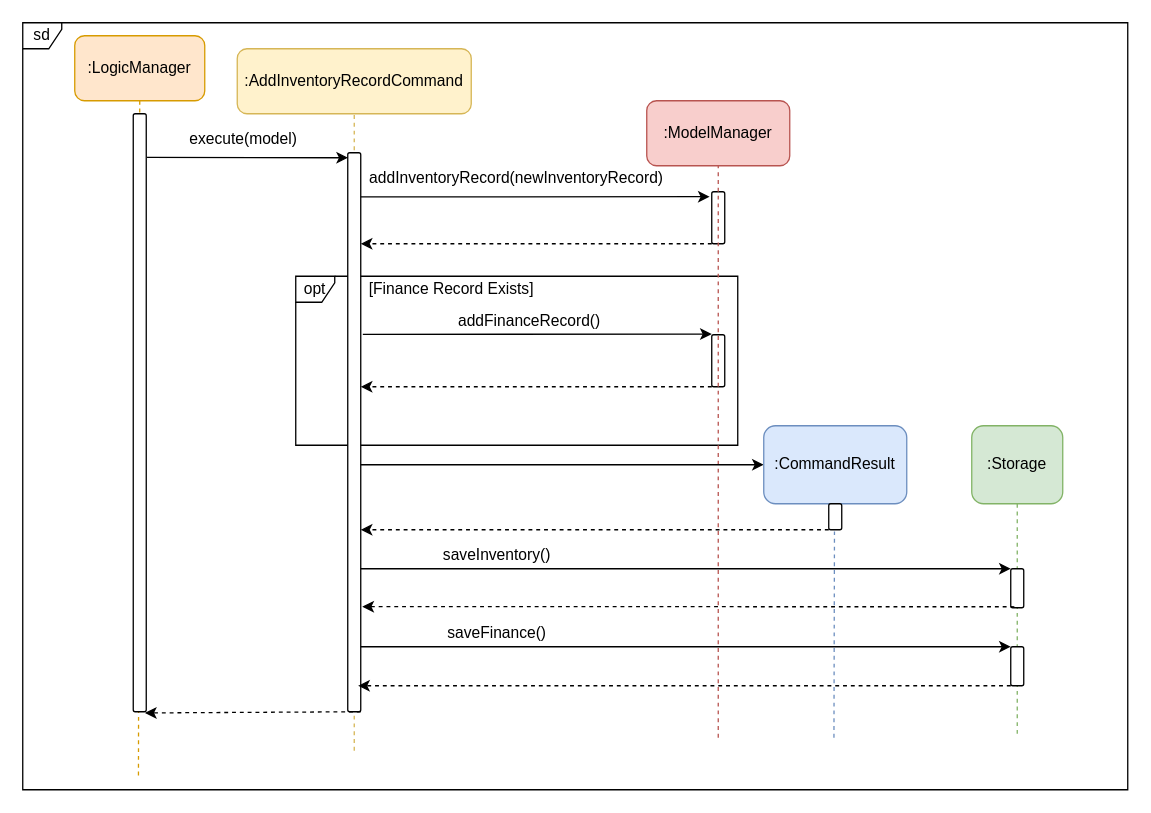
Before: docs/diagrams/logic/AddInventoryCommandExecuteSequenceDiagram.drawio in nus-cs2103-AY2021S1/tp, a draw.io diagram. Source tidied: cells renumbered, new cells numbered last; positions are measured from the earlier drawing's top-left corner, leaving out a move shared by most shapes. Both pictures are drawn from the tidied source at 130%, with x=0, y=0 at pixel (22, 22).
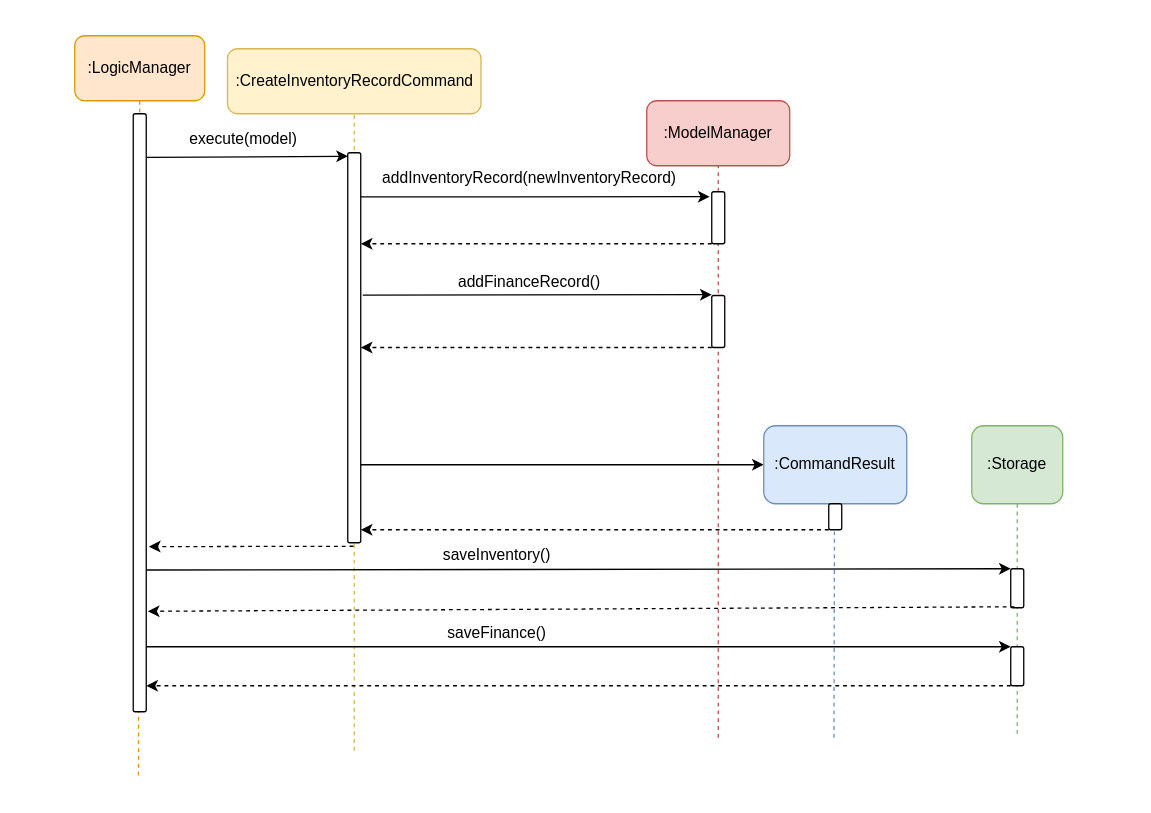
The same page after the edit.

The change refers to these unchanged cells:
```xml
<mxCell id="9" style="html=1;points=[];perimeter=orthogonalPerimeter;rounded=1;" parent="1" vertex="1">
  <mxGeometry x="85" y="70" width="10" height="460" as="geometry" />
</mxCell>
<mxCell id="12" value=":ModelManager" style="rounded=1;whiteSpace=wrap;html=1;fillColor=#f8cecc;strokeColor=#b85450;" parent="1" vertex="1">
  <mxGeometry x="480" y="60" width="110" height="50" as="geometry" />
</mxCell>
<mxCell id="30" style="html=1;points=[];perimeter=orthogonalPerimeter;rounded=1;" parent="1" vertex="1">
  <mxGeometry x="760" y="420" width="10" height="30" as="geometry" />
</mxCell>
```

The edit, as a diff of the source:
```diff
@@
-    <mxCell id="2" value="opt" style="shape=umlFrame;whiteSpace=wrap;html=1;rounded=1;width=30;height=20;" parent="1" vertex="1">
-      <mxGeometry x="210" y="195" width="340" height="130" as="geometry" />
-    </mxCell>
+    <mxCell id="19" style="endArrow=none;dashed=1;html=1;entryX=0.5;entryY=1;entryDx=0;entryDy=0;fillColor=#f8cecc;strokeColor=#b85450;" parent="1" edge="1" target="12">
+      <mxGeometry relative="1" as="geometry">
+        <mxPoint x="535" y="550" as="sourcePoint" />
+      </mxGeometry>
+    </mxCell>
@@
-    <mxCell id="5" value="sd" style="shape=umlFrame;whiteSpace=wrap;html=1;rounded=1;width=30;height=20;" parent="1" vertex="1">
-      <mxGeometry width="850" height="590" as="geometry" />
-    </mxCell>
-    <mxCell id="6" value=":AddInventoryRecordCommand" style="rounded=1;whiteSpace=wrap;html=1;fillColor=#fff2cc;strokeColor=#d6b656;" parent="1" vertex="1">
-      <mxGeometry x="165" y="20" width="180" height="50" as="geometry" />
+    <mxCell id="6" value=":CreateInventoryRecordCommand" style="rounded=1;whiteSpace=wrap;html=1;fillColor=#fff2cc;strokeColor=#d6b656;" parent="1" vertex="1">
+      <mxGeometry x="157.5" y="20" width="195" height="50" as="geometry" />
     </mxCell>
     <mxCell id="7" style="html=1;points=[];perimeter=orthogonalPerimeter;rounded=1;" parent="1" vertex="1">
-      <mxGeometry x="250" y="100" width="10" height="430" as="geometry" />
+      <mxGeometry x="250" y="100" width="10" height="300" as="geometry" />
     </mxCell>
@@
     <mxCell id="15" value="addInventoryRecord(newInventoryRecord)" style="text;html=1;strokeColor=none;fillColor=none;align=center;verticalAlign=middle;whiteSpace=wrap;rounded=0;" parent="1" vertex="1">
-      <mxGeometry x="360" y="110" width="40" height="20" as="geometry" />
+      <mxGeometry x="370" y="110" width="40" height="20" as="geometry" />
     </mxCell>
@@
     <mxCell id="17" style="endArrow=classic;html=1;entryX=-0.16;entryY=0.095;entryDx=0;entryDy=0;entryPerimeter=0;" parent="1" edge="1">
       <mxGeometry relative="1" as="geometry">
-        <mxPoint x="261.6" y="239.7" as="sourcePoint" />
-        <mxPoint x="530" y="239.5" as="targetPoint" />
+        <mxPoint x="261.6" y="209.5" as="sourcePoint" />
+        <mxPoint x="530" y="209.2" as="targetPoint" />
       </mxGeometry>
     </mxCell>
     <mxCell id="18" style="html=1;perimeter=orthogonalPerimeter;rounded=1;" parent="1" vertex="1">
-      <mxGeometry x="530" y="240" width="10" height="40" as="geometry" />
+      <mxGeometry x="530" y="209.8" width="10" height="40" as="geometry" />
     </mxCell>
-    <mxCell id="19" style="endArrow=none;dashed=1;html=1;entryX=0.5;entryY=1;entryDx=0;entryDy=0;fillColor=#f8cecc;strokeColor=#b85450;" parent="1" edge="1" target="12">
-      <mxGeometry relative="1" as="geometry">
-        <mxPoint x="535" y="550" as="sourcePoint" />
-      </mxGeometry>
-    </mxCell>
     <mxCell id="20" style="endArrow=classic;html=1;dashed=1;" parent="1" edge="1">
       <mxGeometry relative="1" as="geometry">
-        <mxPoint x="530" y="280" as="sourcePoint" />
-        <mxPoint x="260" y="280" as="targetPoint" />
+        <mxPoint x="530" y="249.8" as="sourcePoint" />
+        <mxPoint x="260" y="249.8" as="targetPoint" />
       </mxGeometry>
     </mxCell>
     <mxCell id="21" value="addFinanceRecord()" style="text;html=1;strokeColor=none;fillColor=none;align=center;verticalAlign=middle;whiteSpace=wrap;rounded=0;" parent="1" vertex="1">
-      <mxGeometry x="370" y="220" width="40" height="20" as="geometry" />
+      <mxGeometry x="370" y="189.8" width="40" height="20" as="geometry" />
     </mxCell>
-    <mxCell id="22" value="[Finance Record Exists]" style="text;html=1;strokeColor=none;fillColor=none;align=center;verticalAlign=middle;whiteSpace=wrap;rounded=0;" parent="1" vertex="1">
-      <mxGeometry x="260" y="195" width="140" height="20" as="geometry" />
-    </mxCell>
@@
-    <mxCell id="27" style="endArrow=classic;html=1;" parent="1" edge="1">
+    <mxCell id="27" style="endArrow=classic;html=1;exitX=1.028;exitY=0.763;exitDx=0;exitDy=0;exitPerimeter=0;" parent="1" edge="1" source="9">
       <mxGeometry relative="1" as="geometry">
-        <mxPoint x="260" y="420" as="sourcePoint" />
         <mxPoint x="760" y="420" as="targetPoint" />
       </mxGeometry>
     </mxCell>
@@
-    <mxCell id="32" style="endArrow=classic;html=1;dashed=1;exitX=0.28;exitY=0.975;exitDx=0;exitDy=0;exitPerimeter=0;entryX=1.12;entryY=0.812;entryDx=0;entryDy=0;entryPerimeter=0;" parent="1" edge="1" source="30" target="7">
+    <mxCell id="32" style="endArrow=classic;html=1;dashed=1;exitX=0.28;exitY=0.975;exitDx=0;exitDy=0;exitPerimeter=0;entryX=1.119;entryY=0.832;entryDx=0;entryDy=0;entryPerimeter=0;" parent="1" edge="1" source="30" target="9">
       <mxGeometry relative="1" as="geometry" />
     </mxCell>
@@
-    <mxCell id="34" style="endArrow=classic;html=1;" parent="1" edge="1">
+    <mxCell id="34" style="endArrow=classic;html=1;" parent="1" edge="1" source="9">
       <mxGeometry relative="1" as="geometry">
-        <mxPoint x="260" y="480" as="sourcePoint" />
         <mxPoint x="760" y="480" as="targetPoint" />
       </mxGeometry>
     </mxCell>
-    <mxCell id="35" style="endArrow=classic;html=1;dashed=1;exitX=0.28;exitY=0.975;exitDx=0;exitDy=0;exitPerimeter=0;" parent="1" edge="1">
+    <mxCell id="35" style="endArrow=classic;html=1;dashed=1;exitX=0.28;exitY=0.975;exitDx=0;exitDy=0;exitPerimeter=0;" parent="1" edge="1" target="9">
       <mxGeometry relative="1" as="geometry">
         <mxPoint x="760" y="510" as="sourcePoint" />
-        <mxPoint x="258" y="510" as="targetPoint" />
       </mxGeometry>
     </mxCell>
@@
-    <mxCell id="37" style="endArrow=classic;html=1;dashed=1;entryX=0.9;entryY=1.002;entryDx=0;entryDy=0;entryPerimeter=0;" parent="1" edge="1" target="9">
+    <mxCell id="37" style="endArrow=classic;html=1;dashed=1;exitX=0.437;exitY=1.009;exitDx=0;exitDy=0;exitPerimeter=0;" parent="1" edge="1" source="7">
       <mxGeometry relative="1" as="geometry">
-        <mxPoint x="260" y="530" as="sourcePoint" />
+        <mxPoint x="97" y="403" as="targetPoint" />
       </mxGeometry>
     </mxCell>
```
